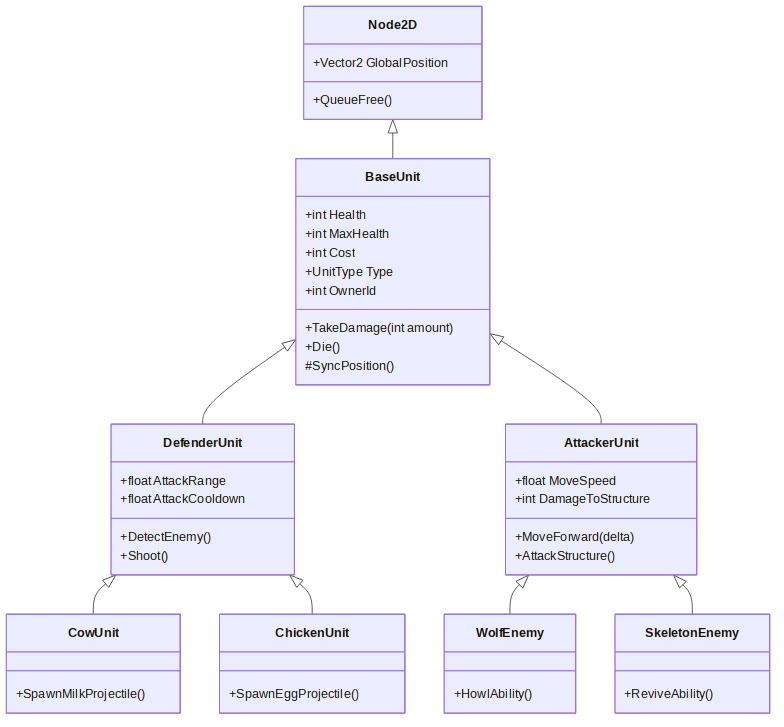
Earlier version of the Mermaid export docs/diagrams/class_structure.png (stefanFortza/farm-defense-harvest-wars). Its source is kept beside it as docs/diagrams/class_structure.mmd.
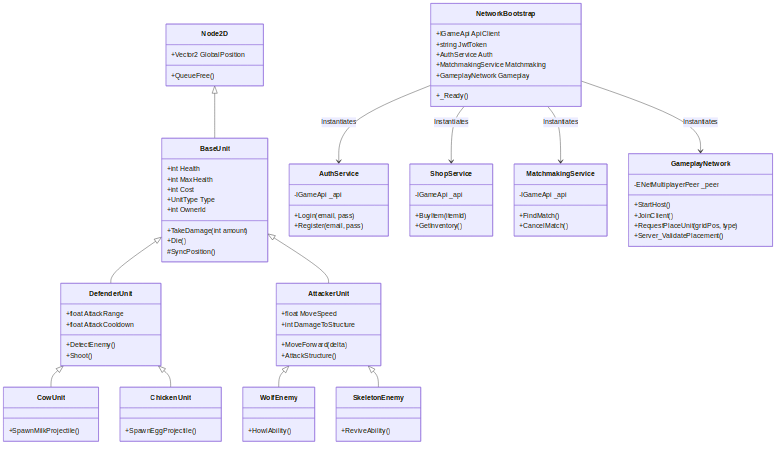
Above is the later version.

Commit message:
Enhance class structure diagram: add NetworkBootstrap and services, update diagram generation script with Puppeteer config

Diff of the diagram source:
```diff
@@ -52,3 +52,43 @@
     DefenderUnit <|-- ChickenUnit
     AttackerUnit <|-- WolfEnemy
     AttackerUnit <|-- SkeletonEnemy
+
+    class NetworkBootstrap {
+        +IGameApi ApiClient
+        +string JwtToken
+        +AuthService Auth
+        +MatchmakingService Matchmaking
+        +GameplayNetwork Gameplay
+        +_Ready()
+    }
+
+    class AuthService {
+        -IGameApi _api
+        +Login(email, pass)
+        +Register(email, pass)
+    }
+
+    class ShopService {
+        -IGameApi _api
+        +BuyItem(itemId)
+        +GetInventory()
+    }
+
+    class MatchmakingService {
+        -IGameApi _api
+        +FindMatch()
+        +CancelMatch()
+    }
+
+    class GameplayNetwork {
+        -ENetMultiplayerPeer _peer
+        +StartHost()
+        +JoinClient()
+        +RequestPlaceUnit(gridPos, type)
+        +Server_ValidatePlacement()
+    }
+
+    NetworkBootstrap --> AuthService : Instantiates
+    NetworkBootstrap --> ShopService : Instantiates
+    NetworkBootstrap --> MatchmakingService : Instantiates
+    NetworkBootstrap --> GameplayNetwork : Instantiates
```
